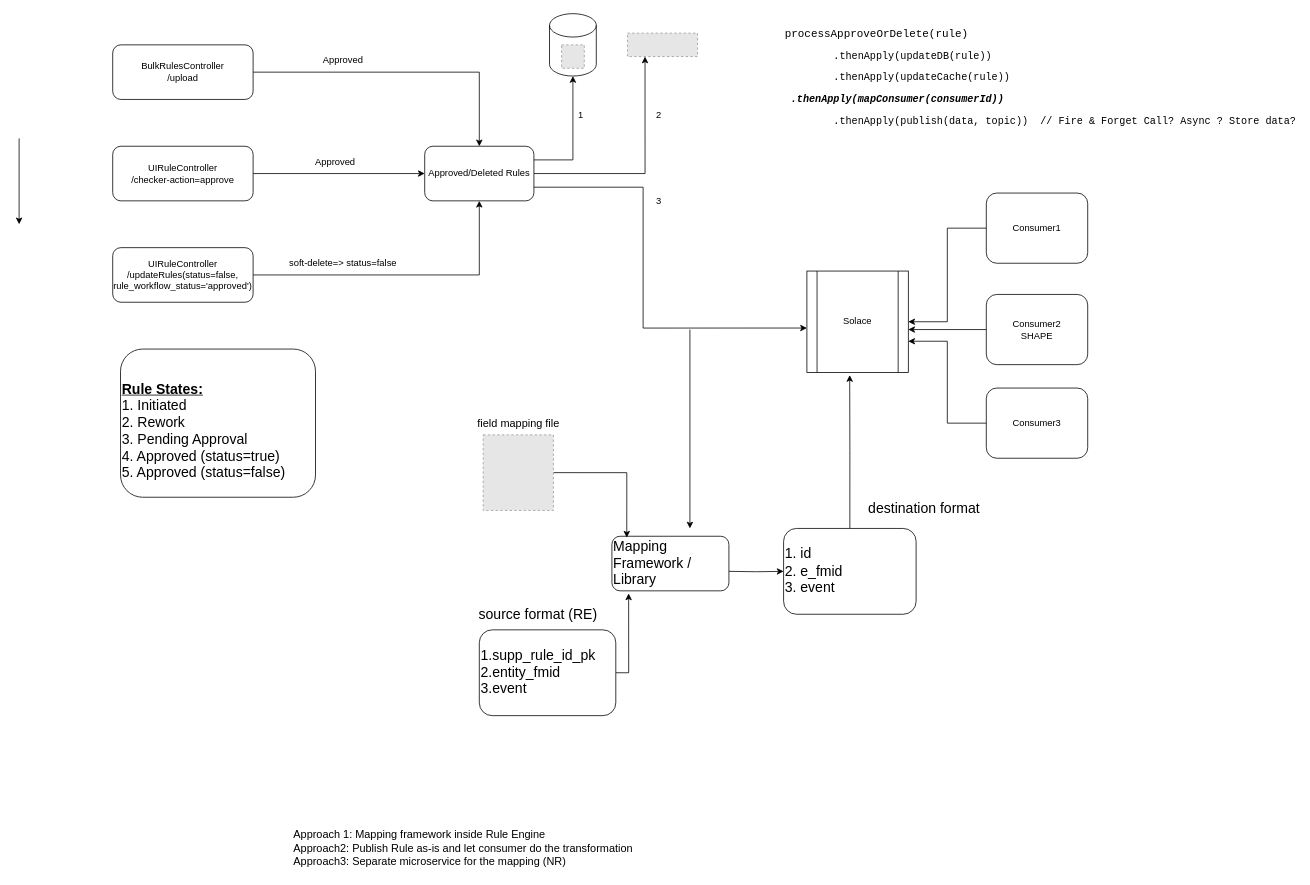
The draw.io diagram publishtoshape.drawio in MalluGolageri/drawio, before the edit. Source tidied: cells renumbered, new cells numbered last; positions are measured from the earlier drawing's top-left corner, leaving out a move shared by most shapes. Both pictures are drawn from the tidied source at 78%, with x=0, y=0 at pixel (19, 13). Pictures stored in the file or linked from it are replaced by grey dashed boxes.
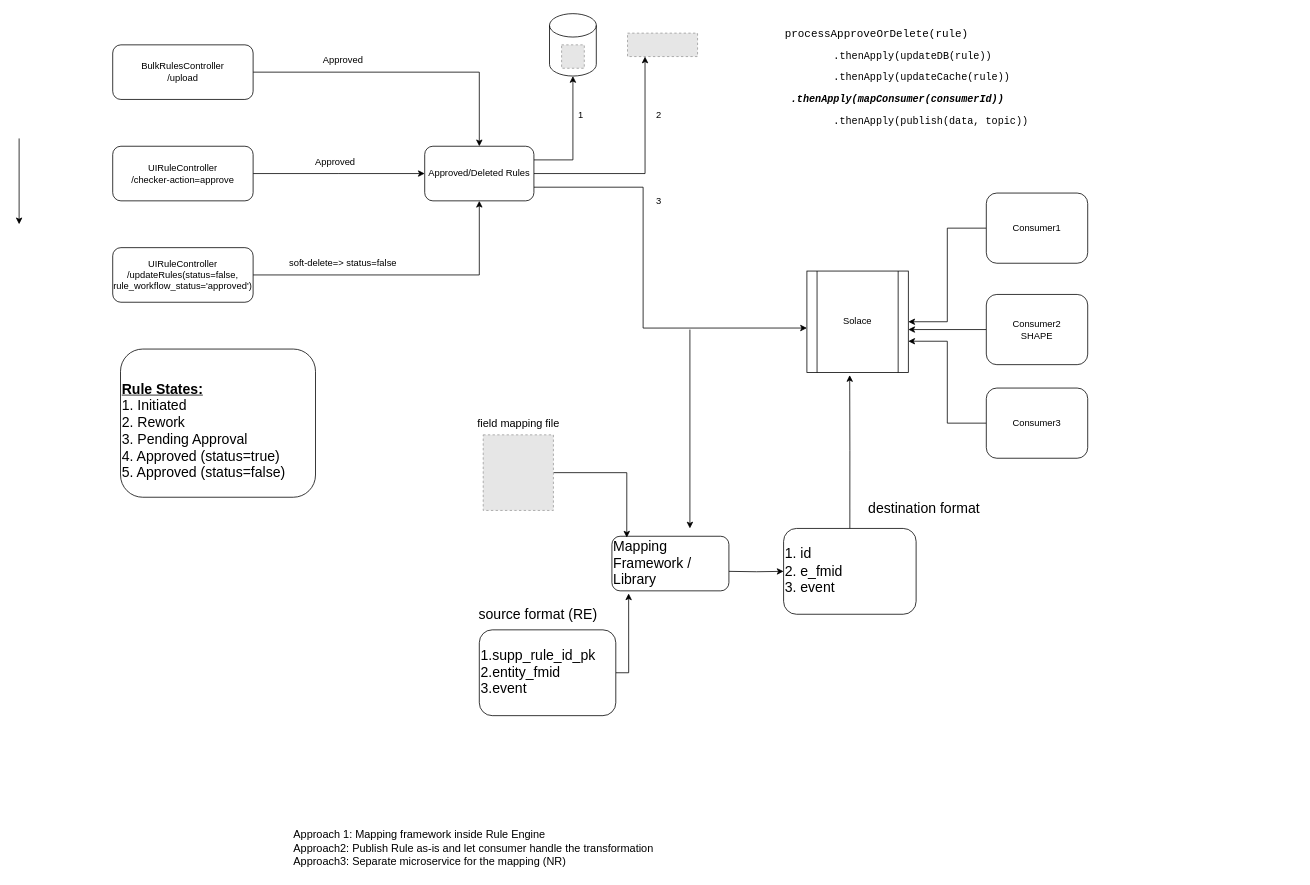
After the change.

Change to the diagram source:
```diff
@@
-    <mxCell id="23" value="&lt;pre&gt;&lt;font style=&quot;font-size: 14px&quot;&gt;&lt;font&gt;processApproveOrDelete&lt;/font&gt;&lt;font&gt;(rule)&lt;/font&gt;&lt;/font&gt;&lt;/pre&gt;&lt;pre&gt;&lt;font size=&quot;3&quot;&gt;        .thenApply(updateDB(rule))&lt;/font&gt;&lt;/pre&gt;&lt;pre&gt;&lt;font size=&quot;3&quot;&gt;        .thenApply(updateCache(rule))&lt;/font&gt;&lt;/pre&gt;&lt;pre&gt;&lt;font size=&quot;3&quot;&gt;&lt;b&gt;&lt;i&gt;&lt;span style=&quot;white-space: pre&quot;&gt; &lt;/span&gt;.thenApply(mapConsumer(consumerId))&lt;br&gt;&lt;/i&gt;&lt;/b&gt;&lt;/font&gt;&lt;/pre&gt;&lt;pre&gt;&lt;font size=&quot;3&quot;&gt;        .thenApply(publish(data, topic))  // Fire &amp;amp; Forget Call? Async ? Store data?&lt;/font&gt;&lt;/pre&gt;" style="text;whiteSpace=wrap;html=1;" parent="1" vertex="1">
+    <mxCell id="23" value="&lt;pre&gt;&lt;font style=&quot;font-size: 14px&quot;&gt;&lt;font&gt;processApproveOrDelete&lt;/font&gt;&lt;font&gt;(rule)&lt;/font&gt;&lt;/font&gt;&lt;/pre&gt;&lt;pre&gt;&lt;font size=&quot;3&quot;&gt;        .thenApply(updateDB(rule))&lt;/font&gt;&lt;/pre&gt;&lt;pre&gt;&lt;font size=&quot;3&quot;&gt;        .thenApply(updateCache(rule))&lt;/font&gt;&lt;/pre&gt;&lt;pre&gt;&lt;font size=&quot;3&quot;&gt;&lt;b&gt;&lt;i&gt;&lt;span style=&quot;white-space: pre&quot;&gt; &lt;/span&gt;.thenApply(mapConsumer(consumerId))&lt;br&gt;&lt;/i&gt;&lt;/b&gt;&lt;/font&gt;&lt;/pre&gt;&lt;pre&gt;&lt;font size=&quot;3&quot;&gt;        .thenApply(publish(data, topic))  &lt;/font&gt;&lt;/pre&gt;" style="text;whiteSpace=wrap;html=1;" parent="1" vertex="1">
       <mxGeometry x="980" width="610" height="170" as="geometry" />
     </mxCell>
@@
-    <mxCell id="38" value="Approach 1: Mapping framework inside Rule Engine&lt;br&gt;Approach2: Publish Rule as-is and let consumer do the transformation&lt;br&gt;Approach3: Separate microservice for the mapping (NR)" style="text;html=1;align=left;verticalAlign=middle;strokeColor=none;fillColor=none;fontSize=14;" parent="1" vertex="1">
-      <mxGeometry x="350" y="1040" width="450" height="60" as="geometry" />
+    <mxCell id="38" value="Approach 1: Mapping framework inside Rule Engine&lt;br&gt;Approach2: Publish Rule as-is and let consumer handle the transformation&lt;br&gt;Approach3: Separate microservice for the mapping (NR)" style="text;html=1;align=left;verticalAlign=middle;strokeColor=none;fillColor=none;fontSize=14;" parent="1" vertex="1">
+      <mxGeometry x="350" y="1040" width="480" height="60" as="geometry" />
     </mxCell>
```
